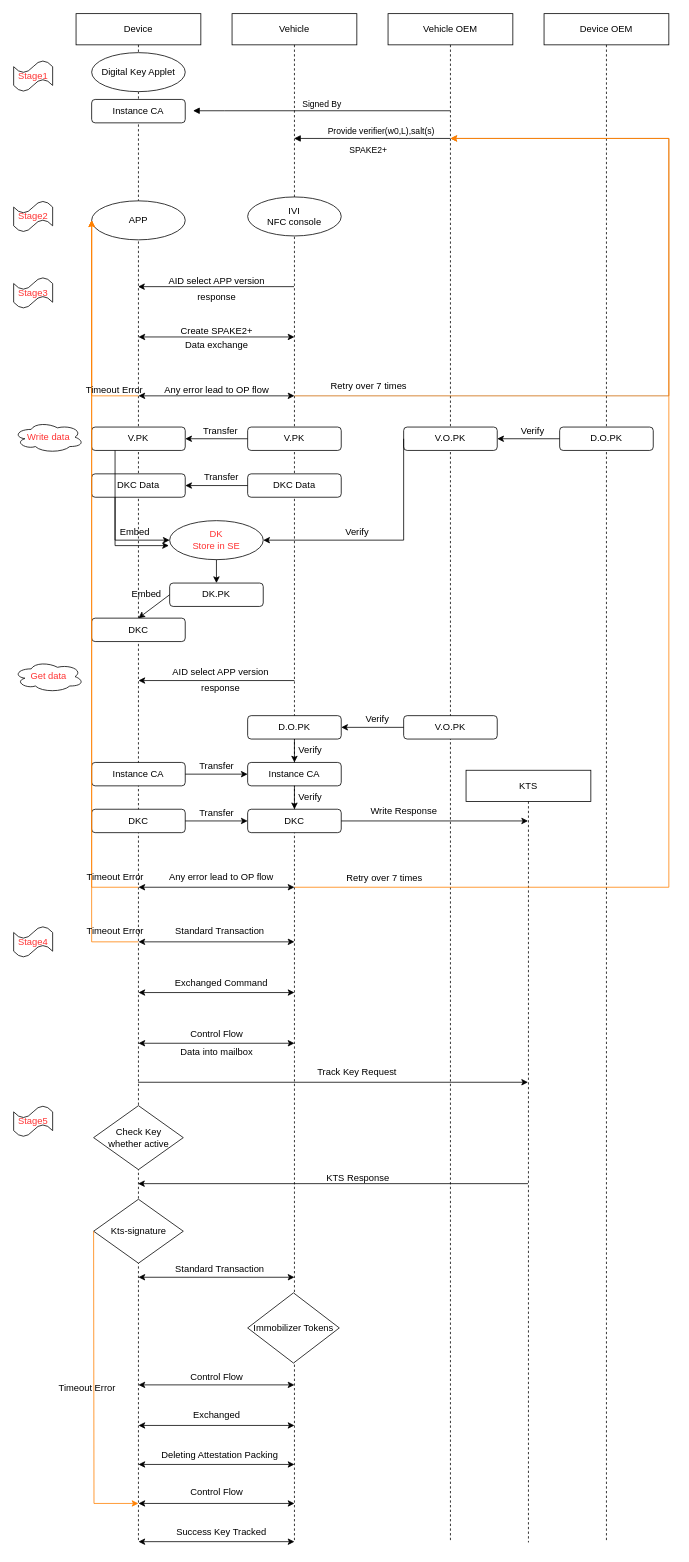
Before: DKC_OwnerParing.drawio in LaurenHsu31/DKC, a draw.io diagram. Source tidied: cells renumbered, new cells numbered last; positions are measured from the earlier drawing's top-left corner, leaving out a move shared by most shapes. Both pictures are drawn from the tidied source at 78%, with x=0, y=0 at pixel (13, 13).
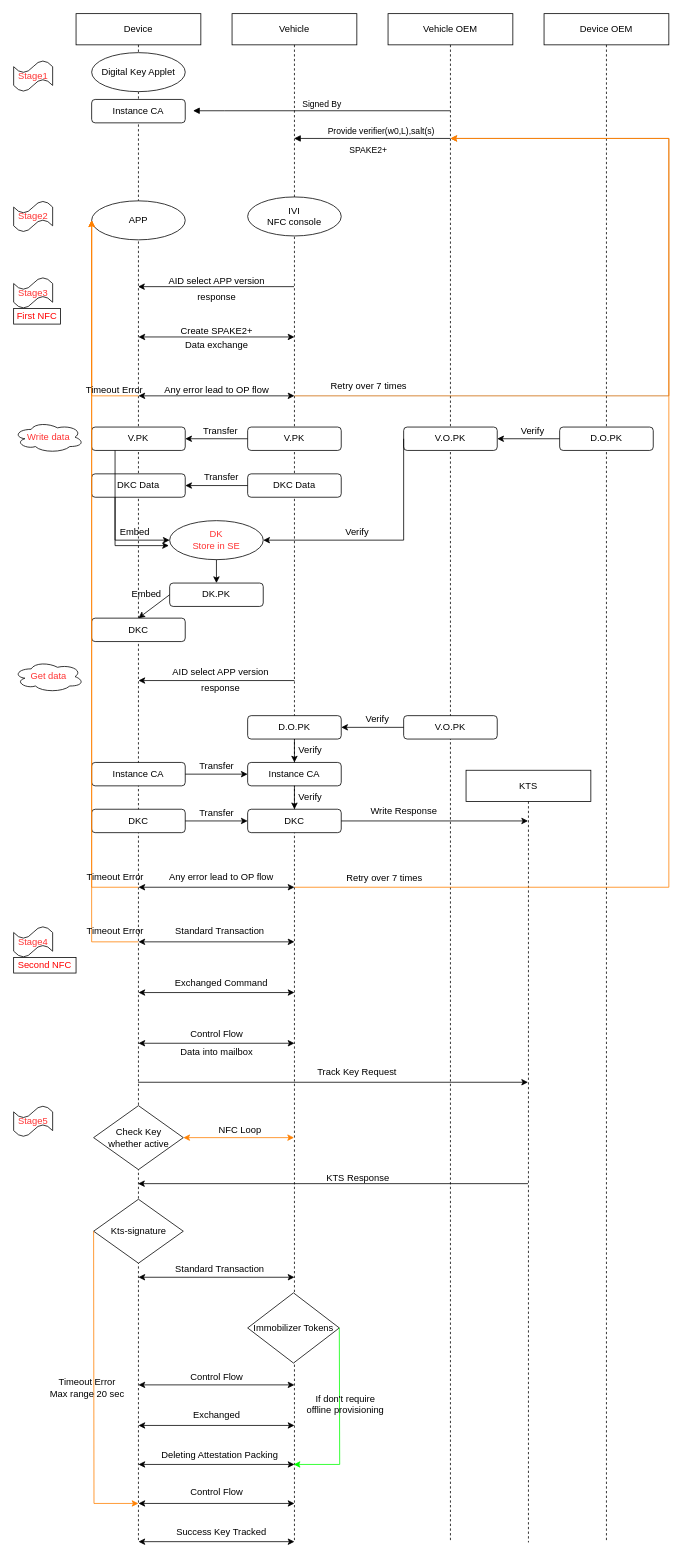
The same page after the edit.

Unchanged cells that the change refers to:
```xml
<mxCell id="3" value="Vehicle" style="shape=umlLifeline;perimeter=lifelinePerimeter;whiteSpace=wrap;html=1;outlineConnect=0;portConstraint=eastwest;newEdgeStyle={&quot;edgeStyle&quot;:&quot;elbowEdgeStyle&quot;,&quot;elbow&quot;:&quot;vertical&quot;,&quot;curved&quot;:0,&quot;rounded&quot;:0};" parent="1" vertex="1">
  <mxGeometry x="280" width="160" height="1960" as="geometry" />
</mxCell>
<mxCell id="88" value="Check Key&lt;div&gt;whether active&lt;/div&gt;" style="rhombus;whiteSpace=wrap;html=1;" parent="1" vertex="1">
  <mxGeometry x="102.5" y="1400" width="115" height="82" as="geometry" />
</mxCell>
<mxCell id="90" value="Immobilizer Tokens" style="rhombus;whiteSpace=wrap;html=1;" parent="1" vertex="1">
  <mxGeometry x="300" y="1640" width="117.5" height="90" as="geometry" />
</mxCell>
```

Diff of the diagram source:
```diff
@@
-<mxGraphModel>
+<mxGraphModel background="#ffffff">
@@
-    <mxCell id="102" value="Timeout Error" style="text;html=1;align=center;verticalAlign=middle;strokeColor=none;fillColor=none;" parent="1" vertex="1">
-      <mxGeometry x="44" y="1747" width="100" height="30" as="geometry" />
+    <mxCell id="102" value="Timeout Error&lt;div&gt;Max range 20 sec&lt;/div&gt;" style="text;html=1;align=center;verticalAlign=middle;strokeColor=none;fillColor=none;" parent="1" vertex="1">
+      <mxGeometry x="34" y="1742" width="120" height="40" as="geometry" />
     </mxCell>
@@
+    <mxCell id="113" value="&lt;font style=&quot;color: rgb(255, 0, 0);&quot;&gt;First NFC&lt;/font&gt;" style="rounded=0;whiteSpace=wrap;html=1;" parent="1" vertex="1">
+      <mxGeometry y="378" width="60" height="20" as="geometry" />
+    </mxCell>
+    <mxCell id="114" value="&lt;font style=&quot;color: rgb(255, 0, 0);&quot;&gt;Second NFC&lt;/font&gt;" style="rounded=0;whiteSpace=wrap;html=1;" parent="1" vertex="1">
+      <mxGeometry y="1210" width="80" height="20" as="geometry" />
+    </mxCell>
+    <mxCell id="115" style="endArrow=classic;html=1;rounded=0;exitX=1;exitY=0.5;exitDx=0;exitDy=0;strokeColor=#00FF00;" parent="1" edge="1" source="90">
+      <mxGeometry relative="1" as="geometry">
+        <mxPoint x="359" y="1860" as="targetPoint" />
+        <Array as="points">
+          <mxPoint x="418" y="1860" />
+        </Array>
+      </mxGeometry>
+    </mxCell>
+    <mxCell id="116" value="If don't require&lt;div&gt;offline provisioning&lt;/div&gt;" style="text;html=1;align=center;verticalAlign=middle;strokeColor=none;fillColor=none;" parent="1" vertex="1">
+      <mxGeometry x="365" y="1763" width="120" height="40" as="geometry" />
+    </mxCell>
+    <mxCell id="117" style="endArrow=classic;startArrow=classic;html=1;rounded=0;exitX=1;exitY=0.5;exitDx=0;exitDy=0;strokeColor=#FF8000;" parent="1" edge="1" source="88" target="3">
+      <mxGeometry relative="1" as="geometry" />
+    </mxCell>
+    <mxCell id="118" value="NFC Loop" style="text;html=1;align=center;verticalAlign=middle;strokeColor=none;fillColor=none;" parent="1" vertex="1">
+      <mxGeometry x="250" y="1416" width="80" height="30" as="geometry" />
+    </mxCell>
```
